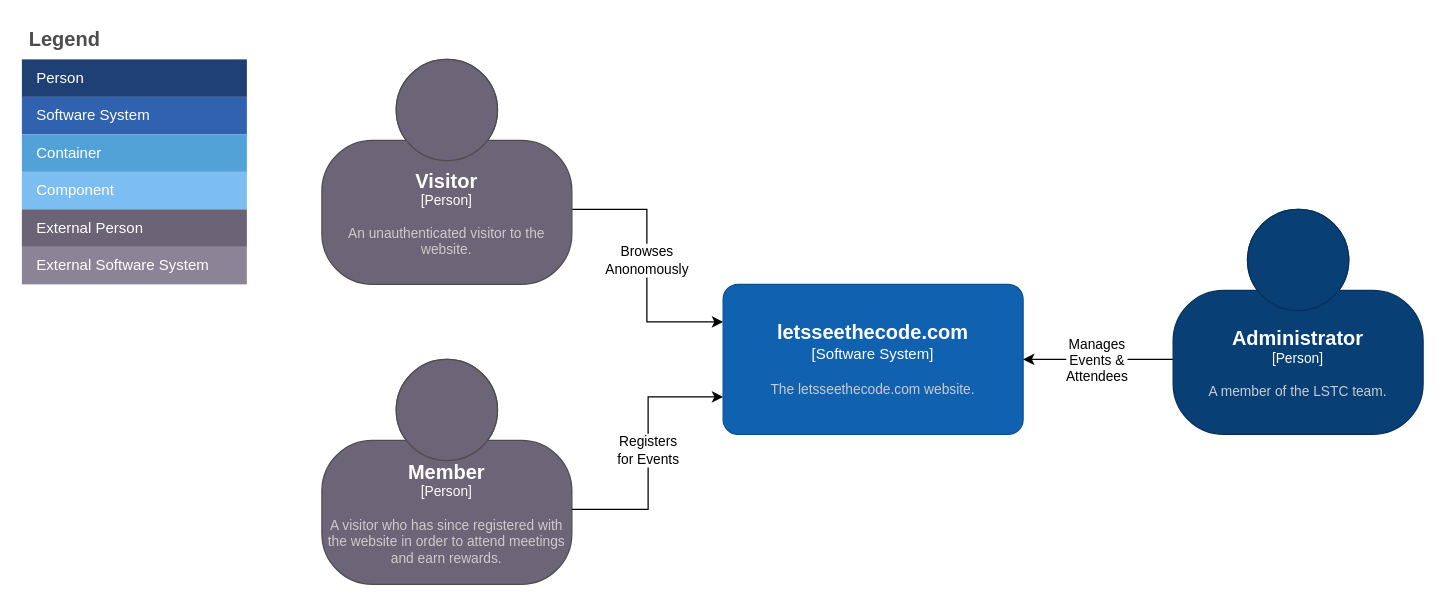
This is page "C1 - Context" (1 of 3) of docs/images/C4.drawio from letsseethecode/lstc_website, a draw.io file, before an edit. Source tidied: cells renumbered, new cells numbered last; positions are measured from the earlier drawing's top-left corner, leaving out a move shared by most shapes. Both pictures are drawn from the tidied source at 125%, with x=0, y=0 at pixel (21, 21).
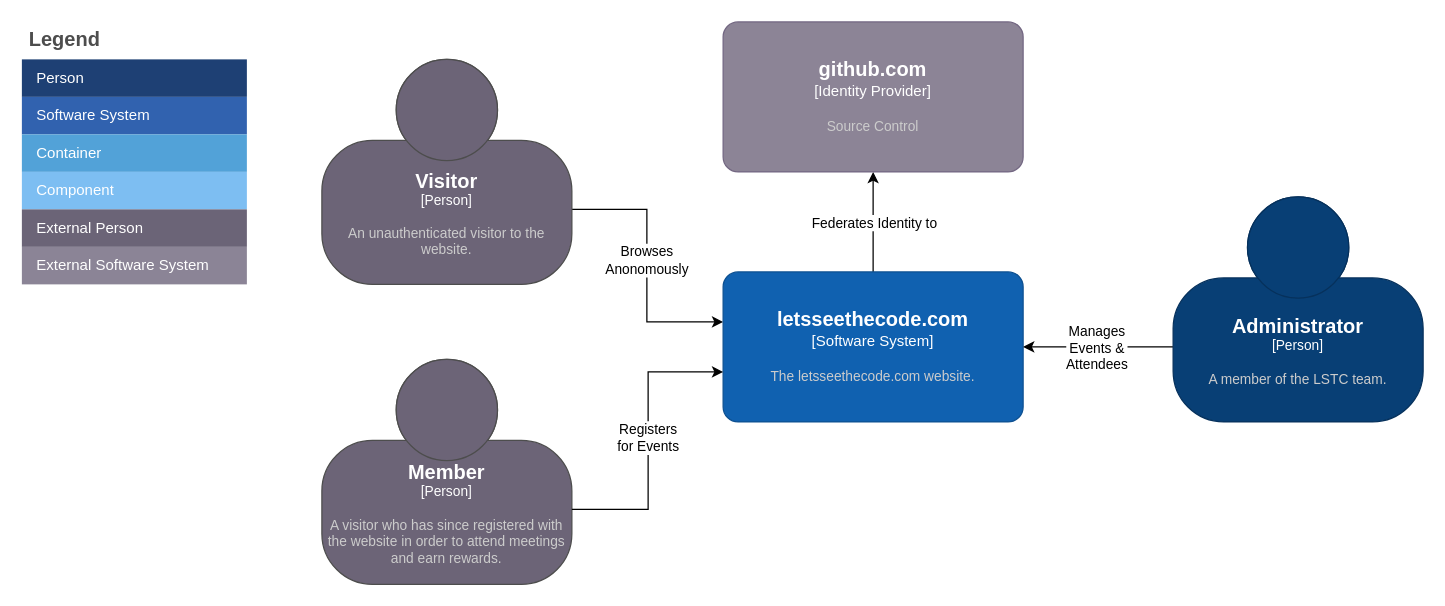
After the change.

The change refers to these unchanged cells:
```xml
<object id="4" label="&lt;font style=&quot;font-size: 16px&quot;&gt;&lt;b&gt;%c4Name%&lt;/b&gt;&lt;/font&gt;&lt;div&gt;[%c4Type%]&lt;/div&gt;&lt;br&gt;&lt;div&gt;&lt;font style=&quot;font-size: 11px&quot;&gt;&lt;font color=&quot;#cccccc&quot;&gt;%c4Description%&lt;/font&gt;&lt;/div&gt;" c4Description="An unauthenticated visitor to the website." c4Name="Visitor" c4Type="Person" placeholders="1">
  <mxCell style="html=1;fontSize=11;dashed=0;whiteSpace=wrap;fillColor=#6C6477;strokeColor=#4D4D4D;fontColor=#ffffff;shape=mxgraph.c4.person2;align=center;points=[[0.5,0,0],[1,0.5,0],[1,0.75,0],[0.75,1,0],[0.5,1,0],[0.25,1,0],[0,0.75,0],[0,0.5,0]];" parent="1" vertex="1">
    <mxGeometry x="240" y="30" width="200" height="180" as="geometry" />
  </mxCell>
</object>
<object id="9" label="&lt;font style=&quot;font-size: 16px&quot;&gt;&lt;b&gt;%c4Name%&lt;/b&gt;&lt;/font&gt;&lt;div&gt;[%c4Type%]&lt;/div&gt;&lt;br&gt;&lt;div&gt;&lt;font style=&quot;font-size: 11px&quot;&gt;&lt;font color=&quot;#cccccc&quot;&gt;%c4Description%&lt;/font&gt;&lt;/div&gt;" c4Description="A visitor who has since registered with the website in order to attend meetings and earn rewards." c4Name="Member" c4Type="Person" placeholders="1">
  <mxCell style="html=1;fontSize=11;dashed=0;whiteSpace=wrap;fillColor=#6C6477;strokeColor=#4D4D4D;fontColor=#ffffff;shape=mxgraph.c4.person2;align=center;points=[[0.5,0,0],[1,0.5,0],[1,0.75,0],[0.75,1,0],[0.5,1,0],[0.25,1,0],[0,0.75,0],[0,0.5,0]];" parent="1" vertex="1">
    <mxGeometry x="240" y="270" width="200" height="180" as="geometry" />
  </mxCell>
</object>
```

What changed in the source:
```diff
@@
-    <mxCell id="2" style="edgeStyle=orthogonalEdgeStyle;rounded=0;jettySize=auto;html=1;entryX=0;entryY=0.25;entryDx=0;entryDy=0;entryPerimeter=0;" parent="1" edge="1" source="4" target="5">
+    <mxCell id="2" style="edgeStyle=orthogonalEdgeStyle;rounded=0;jettySize=auto;html=1;" parent="1" edge="1" source="4" target="5">
       <mxGeometry relative="1" as="geometry">
         <Array as="points">
           <mxPoint x="500" y="150" />
           <mxPoint x="500" y="240" />
         </Array>
       </mxGeometry>
     </mxCell>
@@
+    <mxCell id="25" style="edgeStyle=orthogonalEdgeStyle;rounded=0;jettySize=auto;html=1;" parent="1" edge="1" source="5" target="27">
+      <mxGeometry relative="1" as="geometry" />
+    </mxCell>
+    <mxCell id="26" value="Federates Identity to" style="edgeLabel;html=1;align=center;verticalAlign=middle;" parent="25" vertex="1">
+      <mxGeometry x="0.07" y="3" relative="1" as="geometry">
+        <mxPoint x="3" y="3" as="offset" />
+      </mxGeometry>
+    </mxCell>
     <object id="5" label="&lt;font style=&quot;font-size: 16px&quot;&gt;&lt;b&gt;%c4Name%&lt;/b&gt;&lt;/font&gt;&lt;div&gt;[%c4Type%]&lt;/div&gt;&lt;br&gt;&lt;div&gt;&lt;font style=&quot;font-size: 11px&quot;&gt;&lt;font color=&quot;#cccccc&quot;&gt;%c4Description%&lt;/font&gt;&lt;/div&gt;" c4Description="The letsseethecode.com website." c4Name="letsseethecode.com" c4Type="Software System" placeholders="1">
       <mxCell style="rounded=1;whiteSpace=wrap;html=1;labelBackgroundColor=none;fillColor=#1061B0;fontColor=#ffffff;align=center;arcSize=10;strokeColor=#0D5091;points=[[0.25,0,0],[0.5,0,0],[0.75,0,0],[1,0.25,0],[1,0.5,0],[1,0.75,0],[0.75,1,0],[0.5,1,0],[0.25,1,0],[0,0.75,0],[0,0.5,0],[0,0.25,0]];" parent="1" vertex="1">
-        <mxGeometry x="561" y="210" width="240" height="120" as="geometry" />
+        <mxGeometry x="561" y="200" width="240" height="120" as="geometry" />
       </mxCell>
     </object>
     <mxCell id="6" style="edgeStyle=orthogonalEdgeStyle;rounded=0;jettySize=auto;html=1;" parent="1" edge="1" source="8" target="5">
       <mxGeometry relative="1" as="geometry">
         <Array as="points">
-          <mxPoint x="861" y="270" />
-          <mxPoint x="861" y="270" />
+          <mxPoint x="861" y="260" />
+          <mxPoint x="861" y="260" />
         </Array>
       </mxGeometry>
     </mxCell>
@@
     <object id="8" label="&lt;font style=&quot;font-size: 16px&quot;&gt;&lt;b&gt;%c4Name%&lt;/b&gt;&lt;/font&gt;&lt;div&gt;[%c4Type%]&lt;/div&gt;&lt;br&gt;&lt;div&gt;&lt;font style=&quot;font-size: 11px&quot;&gt;&lt;font color=&quot;#cccccc&quot;&gt;%c4Description%&lt;/font&gt;&lt;/div&gt;" c4Description="A member of the LSTC team." c4Name="Administrator" c4Type="Person" placeholders="1">
       <mxCell style="html=1;fontSize=11;dashed=0;whiteSpace=wrap;fillColor=#083F75;strokeColor=#06315C;fontColor=#ffffff;shape=mxgraph.c4.person2;align=center;points=[[0.5,0,0],[1,0.5,0],[1,0.75,0],[0.75,1,0],[0.5,1,0],[0.25,1,0],[0,0.75,0],[0,0.5,0]];" parent="1" vertex="1">
-        <mxGeometry x="921" y="150" width="200" height="180" as="geometry" />
+        <mxGeometry x="921" y="140" width="200" height="180" as="geometry" />
       </mxCell>
     </object>
@@
-    <mxCell id="10" style="edgeStyle=orthogonalEdgeStyle;rounded=0;jettySize=auto;html=1;entryX=0;entryY=0.75;entryDx=0;entryDy=0;entryPerimeter=0;" parent="1" edge="1" source="9" target="5">
+    <mxCell id="10" style="edgeStyle=orthogonalEdgeStyle;rounded=0;jettySize=auto;html=1;" parent="1" edge="1" source="9" target="5">
       <mxGeometry relative="1" as="geometry">
         <Array as="points">
           <mxPoint x="501" y="390" />
-          <mxPoint x="501" y="300" />
+          <mxPoint x="501" y="280" />
         </Array>
       </mxGeometry>
     </mxCell>
@@
+    <object id="27" label="&lt;font style=&quot;font-size: 16px&quot;&gt;&lt;b&gt;%c4Name%&lt;/b&gt;&lt;/font&gt;&lt;div&gt;[%c4Type%]&lt;/div&gt;&lt;br&gt;&lt;div&gt;&lt;font style=&quot;font-size: 11px&quot;&gt;&lt;font color=&quot;#cccccc&quot;&gt;%c4Description%&lt;/font&gt;&lt;/div&gt;" c4Description="Source Control" c4Name="github.com" c4Type="Identity Provider" placeholders="1">
+      <mxCell style="rounded=1;whiteSpace=wrap;html=1;labelBackgroundColor=none;fillColor=#8C8496;fontColor=#ffffff;align=center;arcSize=10;strokeColor=#736782;points=[[0.25,0,0],[0.5,0,0],[0.75,0,0],[1,0.25,0],[1,0.5,0],[1,0.75,0],[0.75,1,0],[0.5,1,0],[0.25,1,0],[0,0.75,0],[0,0.5,0],[0,0.25,0]];" parent="1" vertex="1">
+        <mxGeometry x="561" width="240" height="120" as="geometry" />
+      </mxCell>
+    </object>
```
